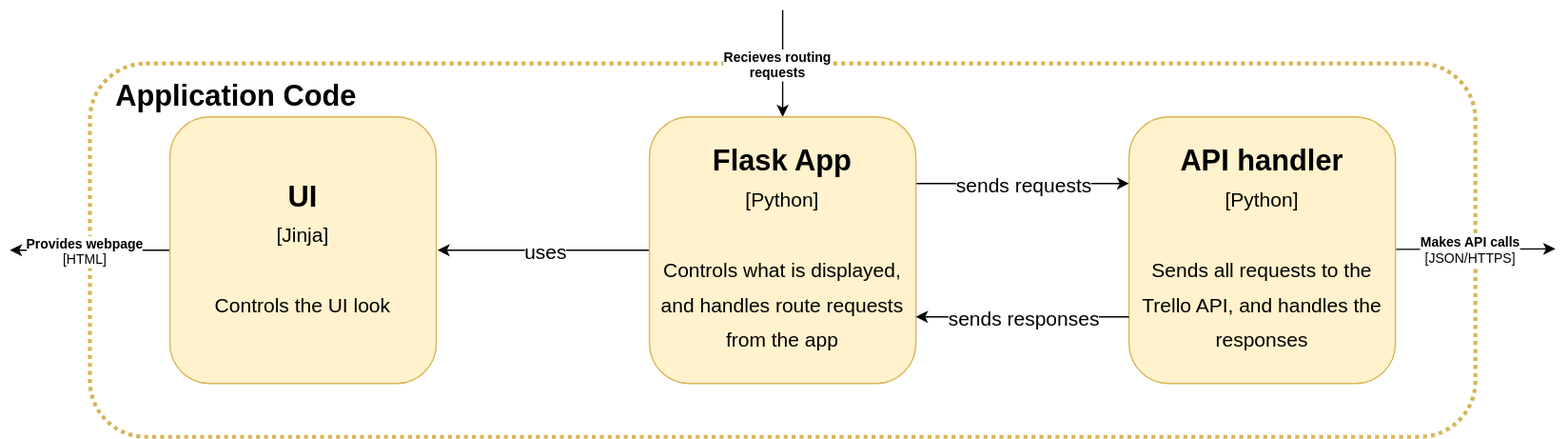
josephsilcock/DevOps-Course-Starter keeps this draw.io diagram as documentation/resources/ComponentDiagram.svg. Above is the earlier version. Source tidied: cells renumbered, new cells last; positions are measured from the earlier drawing's top-left corner, leaving out a move shared by most shapes. The source it was exported from:
```xml
<mxGraphModel background="#ffffff">
  <root>
    <mxCell id="0" />
    <mxCell id="1" parent="0" />
    <mxCell id="2" style="rounded=1;whiteSpace=wrap;html=1;shadow=0;sketch=0;fontFamily=Helvetica;fontSize=22;fillColor=none;strokeColor=#d6b656;dashed=1;dashPattern=1 1;strokeWidth=3;labelPosition=left;verticalLabelPosition=top;align=right;verticalAlign=bottom;" parent="1" vertex="1">
      <mxGeometry x="60" y="40" width="1040" height="280" as="geometry" />
    </mxCell>
    <mxCell id="3" value="&lt;b style=&quot;font-size: 22px&quot;&gt;Application Code&lt;/b&gt;" style="text;html=1;strokeColor=none;fillColor=none;align=center;verticalAlign=middle;whiteSpace=wrap;rounded=0;shadow=0;dashed=1;dashPattern=1 1;sketch=0;fontFamily=Helvetica;fontSize=15;" parent="1" vertex="1">
      <mxGeometry x="60" y="50" width="220" height="30" as="geometry" />
    </mxCell>
    <mxCell id="4" style="endArrow=classic;html=1;rounded=0;fontFamily=Helvetica;fontSize=22;entryX=0;entryY=0.5;entryDx=0;entryDy=0;" parent="1" edge="1">
      <mxGeometry relative="1" as="geometry">
        <mxPoint x="120" y="180" as="sourcePoint" />
        <mxPoint y="180" as="targetPoint" />
      </mxGeometry>
    </mxCell>
    <mxCell id="5" value="&lt;b&gt;Provides webpage&lt;br&gt;&lt;/b&gt;[HTML]" style="edgeLabel;html=1;align=center;verticalAlign=middle;rounded=0;shadow=0;sketch=0;fontFamily=Helvetica;fontSize=10;strokeColor=#9673A6;fillColor=#9673A6;gradientColor=none;" parent="4" vertex="1">
      <mxGeometry relative="1" as="geometry">
        <mxPoint x="-5" as="offset" />
      </mxGeometry>
    </mxCell>
    <mxCell id="6" style="endArrow=classic;html=1;rounded=0;fontFamily=Helvetica;fontSize=22;" parent="1" edge="1">
      <mxGeometry relative="1" as="geometry">
        <mxPoint x="1040" y="179.4" as="sourcePoint" />
        <mxPoint x="1160" y="179" as="targetPoint" />
      </mxGeometry>
    </mxCell>
    <mxCell id="7" value="&lt;b style=&quot;font-size: 10px;&quot;&gt;Makes API calls&lt;/b&gt;&lt;br style=&quot;font-size: 10px;&quot;&gt;[JSON/HTTPS]" style="edgeLabel;html=1;align=center;verticalAlign=middle;rounded=0;shadow=0;sketch=0;fontFamily=Helvetica;fontSize=10;strokeColor=#9673A6;fillColor=#9673A6;gradientColor=none;" parent="6" vertex="1">
      <mxGeometry relative="1" as="geometry">
        <mxPoint x="-5" as="offset" />
      </mxGeometry>
    </mxCell>
    <mxCell id="8" style="endArrow=classic;html=1;rounded=0;fontFamily=Helvetica;fontSize=22;entryX=0;entryY=0.5;entryDx=0;entryDy=0;exitX=1;exitY=0.5;exitDx=0;exitDy=0;" parent="1" edge="1">
      <mxGeometry relative="1" as="geometry">
        <mxPoint x="481" y="180" as="sourcePoint" />
        <mxPoint x="321" y="180" as="targetPoint" />
      </mxGeometry>
    </mxCell>
    <mxCell id="9" value="uses" style="edgeLabel;html=1;align=center;verticalAlign=middle;rounded=0;shadow=0;sketch=0;fontFamily=Helvetica;fontSize=15;strokeColor=#9673A6;fillColor=#9673A6;gradientColor=none;" parent="8" vertex="1">
      <mxGeometry relative="1" as="geometry" />
    </mxCell>
    <mxCell id="10" style="endArrow=classic;html=1;rounded=0;fontFamily=Helvetica;fontSize=22;entryX=0;entryY=0.25;entryDx=0;entryDy=0;exitX=1;exitY=0.25;exitDx=0;exitDy=0;" parent="1" edge="1" source="14" target="13">
      <mxGeometry relative="1" as="geometry" />
    </mxCell>
    <mxCell id="11" value="sends requests" style="edgeLabel;html=1;align=center;verticalAlign=middle;rounded=0;shadow=0;sketch=0;fontFamily=Helvetica;fontSize=15;strokeColor=#9673A6;fillColor=#9673A6;gradientColor=none;" parent="10" vertex="1">
      <mxGeometry relative="1" as="geometry" />
    </mxCell>
    <mxCell id="12" value="&lt;b&gt;UI&lt;/b&gt;&lt;br&gt;&lt;font style=&quot;font-size: 15px&quot;&gt;[Jinja]&lt;br&gt;&lt;/font&gt;&lt;br&gt;&lt;font style=&quot;font-size: 15px&quot;&gt;Controls the UI look&lt;/font&gt;" style="rounded=1;whiteSpace=wrap;html=1;shadow=0;sketch=0;fontFamily=Helvetica;fontSize=22;fillColor=#fff2cc;strokeColor=#d6b656;" parent="1" vertex="1">
      <mxGeometry x="120" y="80" width="200" height="200" as="geometry" />
    </mxCell>
    <mxCell id="13" value="&lt;b&gt;API handler&lt;/b&gt;&lt;br&gt;&lt;font style=&quot;font-size: 15px&quot;&gt;[Python]&lt;/font&gt;&lt;br&gt;&lt;br&gt;&lt;font style=&quot;font-size: 15px&quot;&gt;Sends all requests to the Trello API, and handles the responses&lt;/font&gt;" style="rounded=1;whiteSpace=wrap;html=1;shadow=0;sketch=0;fontFamily=Helvetica;fontSize=22;fillColor=#fff2cc;strokeColor=#d6b656;" parent="1" vertex="1">
      <mxGeometry x="840" y="80" width="200" height="200" as="geometry" />
    </mxCell>
    <mxCell id="14" value="&lt;b&gt;Flask App&lt;br&gt;&lt;/b&gt;&lt;font style=&quot;font-size: 15px&quot;&gt;[Python]&lt;/font&gt;&lt;br&gt;&lt;br&gt;&lt;font style=&quot;font-size: 15px&quot;&gt;Controls what is displayed, and handles route requests from the app&lt;/font&gt;" style="rounded=1;whiteSpace=wrap;html=1;shadow=0;sketch=0;fontFamily=Helvetica;fontSize=22;fillColor=#fff2cc;strokeColor=#d6b656;" parent="1" vertex="1">
      <mxGeometry x="480" y="80" width="200" height="200" as="geometry" />
    </mxCell>
    <mxCell id="15" style="endArrow=classic;html=1;rounded=0;fontFamily=Helvetica;fontSize=22;exitX=0;exitY=0.75;exitDx=0;exitDy=0;entryX=1;entryY=0.75;entryDx=0;entryDy=0;" parent="1" edge="1" source="13" target="14">
      <mxGeometry relative="1" as="geometry" />
    </mxCell>
    <mxCell id="16" value="sends responses" style="edgeLabel;html=1;align=center;verticalAlign=middle;rounded=0;shadow=0;sketch=0;fontFamily=Helvetica;fontSize=15;strokeColor=#9673A6;fillColor=#9673A6;gradientColor=none;" parent="15" vertex="1">
      <mxGeometry relative="1" as="geometry" />
    </mxCell>
    <mxCell id="17" style="endArrow=classic;html=1;rounded=0;fontFamily=Helvetica;fontSize=22;entryX=0.5;entryY=0;entryDx=0;entryDy=0;" parent="1" edge="1" target="14">
      <mxGeometry relative="1" as="geometry">
        <mxPoint x="580" as="sourcePoint" />
      </mxGeometry>
    </mxCell>
    <mxCell id="18" value="&lt;b&gt;Recieves routing&lt;br&gt;requests&lt;/b&gt;" style="edgeLabel;html=1;align=center;verticalAlign=middle;rounded=0;shadow=0;sketch=0;fontFamily=Helvetica;fontSize=10;strokeColor=#9673A6;fillColor=#9673A6;gradientColor=none;" parent="17" vertex="1">
      <mxGeometry relative="1" as="geometry">
        <mxPoint x="-5" as="offset" />
      </mxGeometry>
    </mxCell>
  </root>
</mxGraphModel>
```
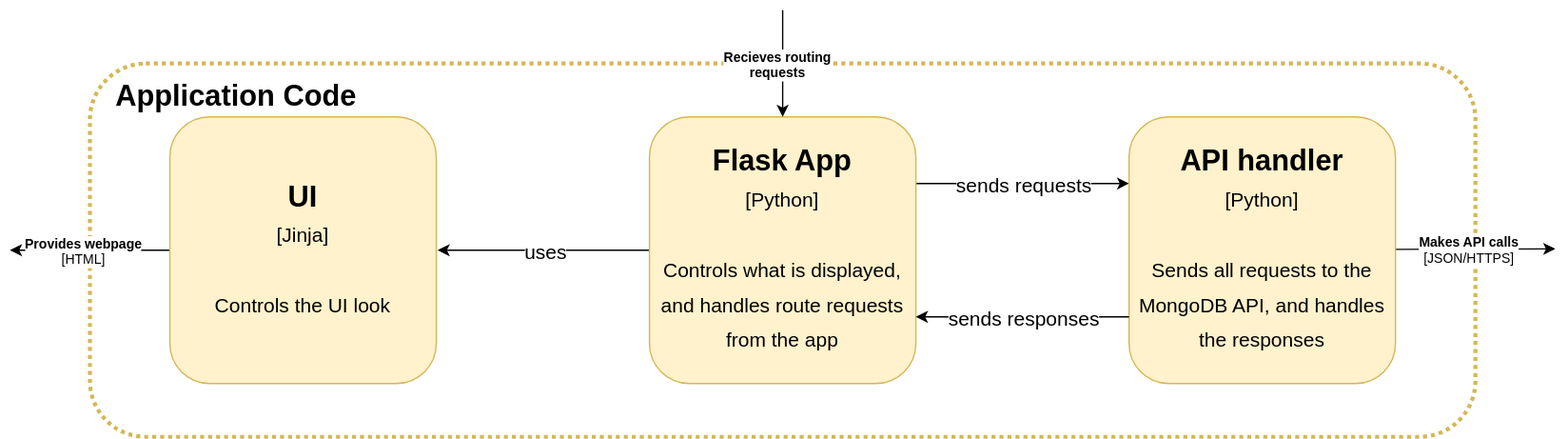
After the commit.

Change to the diagram source:
```diff
@@ -48,7 +48,7 @@
     <mxCell id="12" value="&lt;b&gt;UI&lt;/b&gt;&lt;br&gt;&lt;font style=&quot;font-size: 15px&quot;&gt;[Jinja]&lt;br&gt;&lt;/font&gt;&lt;br&gt;&lt;font style=&quot;font-size: 15px&quot;&gt;Controls the UI look&lt;/font&gt;" style="rounded=1;whiteSpace=wrap;html=1;shadow=0;sketch=0;fontFamily=Helvetica;fontSize=22;fillColor=#fff2cc;strokeColor=#d6b656;" parent="1" vertex="1">
       <mxGeometry x="120" y="80" width="200" height="200" as="geometry" />
     </mxCell>
-    <mxCell id="13" value="&lt;b&gt;API handler&lt;/b&gt;&lt;br&gt;&lt;font style=&quot;font-size: 15px&quot;&gt;[Python]&lt;/font&gt;&lt;br&gt;&lt;br&gt;&lt;font style=&quot;font-size: 15px&quot;&gt;Sends all requests to the Trello API, and handles the responses&lt;/font&gt;" style="rounded=1;whiteSpace=wrap;html=1;shadow=0;sketch=0;fontFamily=Helvetica;fontSize=22;fillColor=#fff2cc;strokeColor=#d6b656;" parent="1" vertex="1">
+    <mxCell id="13" value="&lt;b&gt;API handler&lt;/b&gt;&lt;br&gt;&lt;font style=&quot;font-size: 15px&quot;&gt;[Python]&lt;/font&gt;&lt;br&gt;&lt;br&gt;&lt;font style=&quot;font-size: 15px&quot;&gt;Sends all requests to the MongoDB API, and handles the responses&lt;/font&gt;" style="rounded=1;whiteSpace=wrap;html=1;shadow=0;sketch=0;fontFamily=Helvetica;fontSize=22;fillColor=#fff2cc;strokeColor=#d6b656;" parent="1" vertex="1">
       <mxGeometry x="840" y="80" width="200" height="200" as="geometry" />
     </mxCell>
     <mxCell id="14" value="&lt;b&gt;Flask App&lt;br&gt;&lt;/b&gt;&lt;font style=&quot;font-size: 15px&quot;&gt;[Python]&lt;/font&gt;&lt;br&gt;&lt;br&gt;&lt;font style=&quot;font-size: 15px&quot;&gt;Controls what is displayed, and handles route requests from the app&lt;/font&gt;" style="rounded=1;whiteSpace=wrap;html=1;shadow=0;sketch=0;fontFamily=Helvetica;fontSize=22;fillColor=#fff2cc;strokeColor=#d6b656;" parent="1" vertex="1">
```
